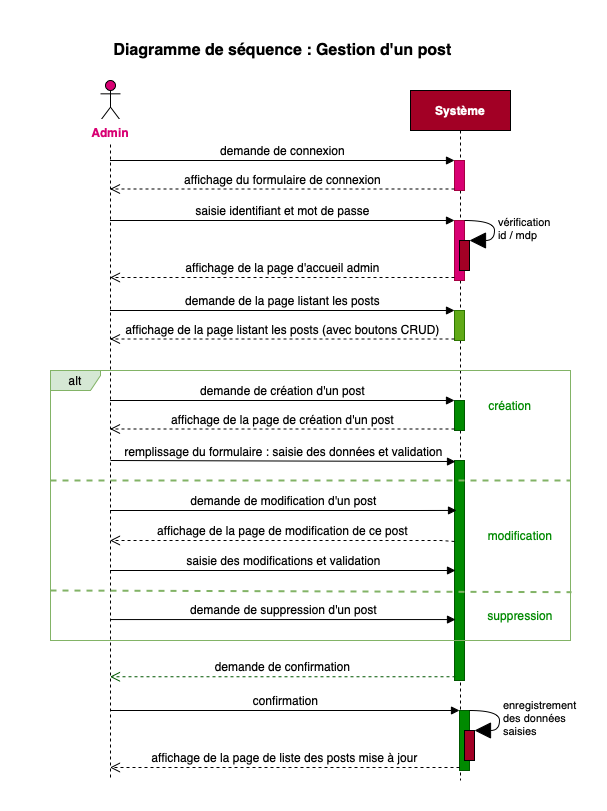
Earlier version of the draw.io export UMLdiagrams/Blog_SequenceDiagram.png (AnnaigJegourel/OC-P5-Creez-votre-premier-blog-en-PHP). Source tidied: cells renumbered, new cells last; positions are measured from the earlier drawing's top-left corner, leaving out a move shared by most shapes. Its diagram source:
```xml
<mxGraphModel>
  <root>
    <mxCell id="0" />
    <mxCell id="1" parent="0" />
    <mxCell id="2" value="&lt;font style=&quot;font-size: 16px;&quot;&gt;Diagramme de séquence : Gestion d'un post&lt;/font&gt;" style="text;strokeColor=none;fillColor=none;html=1;fontSize=16;fontStyle=1;verticalAlign=middle;align=center;" parent="1" vertex="1">
      <mxGeometry width="504" height="40" as="geometry" />
    </mxCell>
    <mxCell id="3" style="shape=umlLifeline;participant=umlActor;perimeter=lifelinePerimeter;whiteSpace=wrap;html=1;verticalAlign=top;spacingTop=36;outlineConnect=0;fontSize=20;fillColor=#D80073;fontColor=#ffffff;strokeColor=#000000;" parent="1" vertex="1">
      <mxGeometry x="70" y="50" width="20" height="700" as="geometry" />
    </mxCell>
    <mxCell id="4" value="&lt;font style=&quot;font-size: 12px;&quot;&gt;Admin&lt;/font&gt;" style="text;html=1;strokeColor=none;fillColor=none;align=center;verticalAlign=middle;whiteSpace=wrap;rounded=0;fontSize=20;labelBackgroundColor=default;fontColor=#D80073;fontStyle=1;" parent="1" vertex="1">
      <mxGeometry x="50" y="90" width="60" height="20" as="geometry" />
    </mxCell>
    <mxCell id="5" value="Système" style="shape=umlLifeline;perimeter=lifelinePerimeter;whiteSpace=wrap;html=1;fontSize=12;fillColor=#a20025;fontColor=#ffffff;strokeColor=#000000;fontStyle=1;" parent="1" vertex="1">
      <mxGeometry x="380" y="60" width="100" height="690" as="geometry" />
    </mxCell>
    <mxCell id="6" style="html=1;points=[];perimeter=orthogonalPerimeter;labelBackgroundColor=default;fontSize=12;fillColor=#d80073;fontColor=#ffffff;strokeColor=#A50040;" parent="5" vertex="1">
      <mxGeometry x="44" y="70" width="10" height="30" as="geometry" />
    </mxCell>
    <mxCell id="7" style="html=1;points=[];perimeter=orthogonalPerimeter;labelBackgroundColor=default;fontSize=12;fillColor=#d80073;fontColor=#ffffff;strokeColor=#A50040;" parent="5" vertex="1">
      <mxGeometry x="44" y="130" width="10" height="60" as="geometry" />
    </mxCell>
    <mxCell id="8" style="html=1;points=[];perimeter=orthogonalPerimeter;labelBackgroundColor=default;fontSize=12;fontColor=#ffffff;fillColor=#60a917;strokeColor=#2D7600;" parent="5" vertex="1">
      <mxGeometry x="44" y="220" width="10" height="30" as="geometry" />
    </mxCell>
    <mxCell id="9" style="html=1;points=[];perimeter=orthogonalPerimeter;labelBackgroundColor=default;fontSize=12;fontColor=#ffffff;fillColor=#008a00;strokeColor=#005700;" parent="5" vertex="1">
      <mxGeometry x="44" y="310" width="10" height="30" as="geometry" />
    </mxCell>
    <mxCell id="10" style="html=1;points=[];perimeter=orthogonalPerimeter;labelBackgroundColor=default;fontSize=12;fontColor=#ffffff;strokeColor=#005700;fillColor=#008a00;" parent="5" vertex="1">
      <mxGeometry x="44" y="370" width="10" height="220" as="geometry" />
    </mxCell>
    <mxCell id="11" style="endArrow=none;dashed=1;html=1;strokeWidth=2;rounded=0;fontSize=12;fontColor=#000000;fillColor=#d5e8d4;strokeColor=#82b366;entryX=1.002;entryY=0.821;entryDx=0;entryDy=0;entryPerimeter=0;" parent="5" edge="1" target="23">
      <mxGeometry relative="1" as="geometry">
        <mxPoint x="-360" y="500" as="sourcePoint" />
      </mxGeometry>
    </mxCell>
    <mxCell id="12" style="html=1;points=[];perimeter=orthogonalPerimeter;labelBackgroundColor=none;fontSize=12;fontColor=#ffffff;strokeColor=#005700;fillColor=#008a00;" parent="5" vertex="1">
      <mxGeometry x="49" y="620" width="10" height="60" as="geometry" />
    </mxCell>
    <mxCell id="13" style="html=1;points=[];perimeter=orthogonalPerimeter;labelBackgroundColor=none;hachureGap=4;fontColor=#ffffff;fillColor=#a20025;strokeColor=#000000;" parent="5" vertex="1">
      <mxGeometry x="54" y="640" width="10" height="30" as="geometry" />
    </mxCell>
    <mxCell id="14" value="enregistrement&lt;br&gt;des données&lt;br&gt;saisies" style="edgeStyle=orthogonalEdgeStyle;html=1;align=left;spacingLeft=2;endArrow=block;rounded=0;entryX=1;entryY=0;fontColor=#000000;startSize=14;endSize=14;sourcePerimeterSpacing=8;targetPerimeterSpacing=8;curved=1;" parent="5" edge="1" target="13">
      <mxGeometry relative="1" as="geometry">
        <mxPoint x="59" y="620" as="sourcePoint" />
        <Array as="points">
          <mxPoint x="89" y="620" />
        </Array>
      </mxGeometry>
    </mxCell>
    <mxCell id="15" style="html=1;points=[];perimeter=orthogonalPerimeter;labelBackgroundColor=none;hachureGap=4;fontColor=#ffffff;strokeColor=#000000;fillColor=#a20025;" parent="5" vertex="1">
      <mxGeometry x="49" y="150" width="10" height="30" as="geometry" />
    </mxCell>
    <mxCell id="16" value="vérification&lt;br&gt;id / mdp" style="edgeStyle=orthogonalEdgeStyle;html=1;align=left;spacingLeft=2;endArrow=block;rounded=0;entryX=1;entryY=0;fontColor=#000000;startSize=14;endSize=14;sourcePerimeterSpacing=8;targetPerimeterSpacing=8;curved=1;fillColor=#a20025;strokeColor=#000000;" parent="5" edge="1" target="15">
      <mxGeometry relative="1" as="geometry">
        <mxPoint x="54" y="130" as="sourcePoint" />
        <Array as="points">
          <mxPoint x="84" y="130" />
        </Array>
      </mxGeometry>
    </mxCell>
    <mxCell id="17" value="demande de connexion" style="html=1;verticalAlign=bottom;endArrow=block;entryX=0;entryY=0;rounded=0;fontSize=12;" parent="1" edge="1" source="3" target="6">
      <mxGeometry relative="1" as="geometry" />
    </mxCell>
    <mxCell id="18" value="affichage du formulaire de connexion" style="html=1;verticalAlign=bottom;endArrow=open;dashed=1;endSize=8;exitX=0;exitY=0.95;rounded=0;fontSize=12;" parent="1" edge="1" source="6" target="3">
      <mxGeometry relative="1" as="geometry" />
    </mxCell>
    <mxCell id="19" value="saisie identifiant et mot de passe" style="html=1;verticalAlign=bottom;endArrow=block;entryX=0;entryY=0;rounded=0;fontSize=12;" parent="1" edge="1" source="3" target="7">
      <mxGeometry relative="1" as="geometry" />
    </mxCell>
    <mxCell id="20" value="affich&lt;span style=&quot;white-space: pre;&quot;&gt;age de la page d'accueil admin&lt;/span&gt;" style="html=1;verticalAlign=bottom;endArrow=open;dashed=1;endSize=8;exitX=0;exitY=0.95;rounded=0;fontSize=12;" parent="1" edge="1" source="7" target="3">
      <mxGeometry relative="1" as="geometry" />
    </mxCell>
    <mxCell id="21" value="demande de la page listant les posts" style="html=1;verticalAlign=bottom;endArrow=block;entryX=0;entryY=0;rounded=0;fontSize=12;fontColor=#000000;strokeColor=#000000;" parent="1" edge="1" source="3" target="8">
      <mxGeometry relative="1" as="geometry" />
    </mxCell>
    <mxCell id="22" value="affichage de la page listant les posts (avec boutons CRUD)" style="html=1;verticalAlign=bottom;endArrow=open;dashed=1;endSize=8;exitX=0;exitY=0.95;rounded=0;fontSize=12;fontColor=#000000;strokeColor=#000000;" parent="1" edge="1" source="8" target="3">
      <mxGeometry relative="1" as="geometry" />
    </mxCell>
    <mxCell id="23" value="&lt;span style=&quot;background-color: rgb(213, 232, 212);&quot;&gt;alt&lt;/span&gt;" style="shape=umlFrame;whiteSpace=wrap;html=1;labelBackgroundColor=default;fontSize=12;fillColor=#d5e8d4;strokeColor=#82b366;width=50;height=20;" parent="1" vertex="1">
      <mxGeometry x="20" y="340" width="520" height="270" as="geometry" />
    </mxCell>
    <mxCell id="24" value="demande de création d'un post" style="html=1;verticalAlign=bottom;endArrow=block;entryX=0;entryY=0;rounded=0;fontSize=12;fontColor=#000000;strokeColor=#000000;fillColor=#008a00;" parent="1" edge="1" source="3" target="9">
      <mxGeometry relative="1" as="geometry" />
    </mxCell>
    <mxCell id="25" value="affichage de la page de création d'un post" style="html=1;verticalAlign=bottom;endArrow=open;dashed=1;endSize=8;exitX=0;exitY=0.95;rounded=0;fontSize=12;fontColor=#000000;strokeColor=#000000;fillColor=#008a00;" parent="1" edge="1" source="9" target="3">
      <mxGeometry relative="1" as="geometry" />
    </mxCell>
    <mxCell id="26" value="demande de confirmation" style="html=1;verticalAlign=bottom;endArrow=open;dashed=1;endSize=8;exitX=0.1;exitY=0.983;rounded=0;fontSize=12;fontColor=#000000;strokeColor=#005700;fillColor=#008a00;exitDx=0;exitDy=0;exitPerimeter=0;" parent="1" edge="1" source="10" target="3">
      <mxGeometry relative="1" as="geometry" />
    </mxCell>
    <mxCell id="27" value="remplissage du formulaire : saisie des données et validation" style="html=1;verticalAlign=bottom;endArrow=block;rounded=0;fontSize=12;fontColor=#000000;strokeColor=#000000;entryX=0.1;entryY=0.005;entryDx=0;entryDy=0;entryPerimeter=0;" parent="1" edge="1" target="10">
      <mxGeometry relative="1" as="geometry">
        <mxPoint x="80" y="430" as="sourcePoint" />
      </mxGeometry>
    </mxCell>
    <mxCell id="28" value="&lt;font color=&quot;#008a00&quot;&gt;création&lt;/font&gt;" style="text;html=1;strokeColor=none;fillColor=none;align=center;verticalAlign=middle;whiteSpace=wrap;rounded=0;labelBackgroundColor=none;fontSize=12;fontColor=#3B522F;" parent="1" vertex="1">
      <mxGeometry x="450" y="360" width="60" height="30" as="geometry" />
    </mxCell>
    <mxCell id="29" value="&lt;font color=&quot;#008a00&quot;&gt;modification&lt;/font&gt;" style="text;html=1;strokeColor=none;fillColor=none;align=center;verticalAlign=middle;whiteSpace=wrap;rounded=0;labelBackgroundColor=none;fontSize=12;fontColor=#3B522F;" parent="1" vertex="1">
      <mxGeometry x="460" y="490" width="60" height="30" as="geometry" />
    </mxCell>
    <mxCell id="30" value="&lt;font color=&quot;#000000&quot;&gt;demande de modification d'un post&lt;/font&gt;" style="html=1;verticalAlign=bottom;endArrow=block;rounded=0;labelBackgroundColor=none;fontSize=12;fontColor=#3B522F;fillColor=#008a00;strokeColor=#000000;entryX=0.2;entryY=0.227;entryDx=0;entryDy=0;entryPerimeter=0;" parent="1" edge="1" source="3" target="10">
      <mxGeometry relative="1" as="geometry">
        <Array as="points">
          <mxPoint x="390" y="480" />
        </Array>
      </mxGeometry>
    </mxCell>
    <mxCell id="31" value="&lt;font color=&quot;#000000&quot;&gt;affichage de la page de modification de ce post&lt;/font&gt;" style="html=1;verticalAlign=bottom;endArrow=open;dashed=1;endSize=8;exitX=0;exitY=0.368;rounded=0;labelBackgroundColor=none;fontSize=12;fontColor=#3B522F;fillColor=#008a00;strokeColor=#000000;exitDx=0;exitDy=0;exitPerimeter=0;" parent="1" edge="1" source="10" target="3">
      <mxGeometry relative="1" as="geometry">
        <Array as="points">
          <mxPoint x="410" y="510" />
        </Array>
      </mxGeometry>
    </mxCell>
    <mxCell id="32" value="saisie des modifications et validation" style="html=1;verticalAlign=bottom;endArrow=block;rounded=0;labelBackgroundColor=none;fontSize=12;fontColor=#000000;strokeColor=#000000;entryX=0.1;entryY=0.5;entryDx=0;entryDy=0;entryPerimeter=0;" parent="1" edge="1" source="3" target="10">
      <mxGeometry relative="1" as="geometry">
        <Array as="points">
          <mxPoint x="410" y="540" />
        </Array>
      </mxGeometry>
    </mxCell>
    <mxCell id="33" value="&lt;font color=&quot;#008a00&quot;&gt;suppression&lt;/font&gt;" style="text;html=1;strokeColor=none;fillColor=none;align=center;verticalAlign=middle;whiteSpace=wrap;rounded=0;labelBackgroundColor=none;fontSize=12;fontColor=#3B522F;" parent="1" vertex="1">
      <mxGeometry x="460" y="570" width="60" height="30" as="geometry" />
    </mxCell>
    <mxCell id="34" value="demande de suppression d'un post" style="html=1;verticalAlign=bottom;endArrow=block;rounded=0;labelBackgroundColor=none;fontSize=12;fontColor=#000000;strokeColor=#000000;entryX=0.1;entryY=0.723;entryDx=0;entryDy=0;entryPerimeter=0;" parent="1" edge="1" source="3" target="10">
      <mxGeometry relative="1" as="geometry" />
    </mxCell>
    <mxCell id="35" value="confirmation" style="html=1;verticalAlign=bottom;endArrow=block;entryX=0;entryY=0;rounded=0;labelBackgroundColor=none;fontSize=12;fontColor=#000000;strokeColor=#000000;" parent="1" edge="1" source="3" target="12">
      <mxGeometry relative="1" as="geometry" />
    </mxCell>
    <mxCell id="36" value="affichage de la page de liste des posts mise à jour" style="html=1;verticalAlign=bottom;endArrow=open;dashed=1;endSize=8;exitX=0;exitY=0.95;rounded=0;labelBackgroundColor=none;fontSize=12;fontColor=#000000;strokeColor=#000000;" parent="1" edge="1" source="12" target="3">
      <mxGeometry relative="1" as="geometry" />
    </mxCell>
    <mxCell id="37" style="endArrow=none;dashed=1;html=1;strokeWidth=2;rounded=0;fontSize=12;fontColor=#000000;fillColor=#d5e8d4;strokeColor=#82b366;" parent="1" edge="1">
      <mxGeometry relative="1" as="geometry">
        <mxPoint x="20" y="450" as="sourcePoint" />
        <mxPoint x="540" y="450" as="targetPoint" />
      </mxGeometry>
    </mxCell>
  </root>
</mxGraphModel>
```
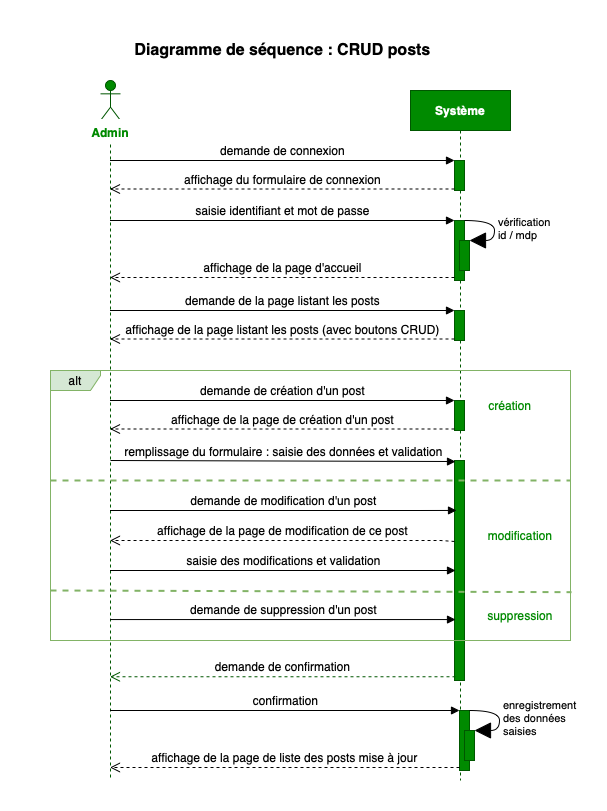
Above is the later version.

What changed in the source:
```diff
@@ -2,25 +2,25 @@
   <root>
     <mxCell id="0" />
     <mxCell id="1" parent="0" />
-    <mxCell id="2" value="&lt;font style=&quot;font-size: 16px;&quot;&gt;Diagramme de séquence : Gestion d'un post&lt;/font&gt;" style="text;strokeColor=none;fillColor=none;html=1;fontSize=16;fontStyle=1;verticalAlign=middle;align=center;" parent="1" vertex="1">
+    <mxCell id="2" value="&lt;font style=&quot;font-size: 16px;&quot;&gt;Diagramme de séquence : CRUD posts&lt;/font&gt;" style="text;strokeColor=none;fillColor=none;html=1;fontSize=16;fontStyle=1;verticalAlign=middle;align=center;" parent="1" vertex="1">
       <mxGeometry width="504" height="40" as="geometry" />
     </mxCell>
-    <mxCell id="3" style="shape=umlLifeline;participant=umlActor;perimeter=lifelinePerimeter;whiteSpace=wrap;html=1;verticalAlign=top;spacingTop=36;outlineConnect=0;fontSize=20;fillColor=#D80073;fontColor=#ffffff;strokeColor=#000000;" parent="1" vertex="1">
+    <mxCell id="3" style="shape=umlLifeline;participant=umlActor;perimeter=lifelinePerimeter;whiteSpace=wrap;html=1;verticalAlign=top;spacingTop=36;outlineConnect=0;fontSize=20;fillColor=#008A00;fontColor=#ffffff;strokeColor=#005700;size=40;" parent="1" vertex="1">
       <mxGeometry x="70" y="50" width="20" height="700" as="geometry" />
     </mxCell>
-    <mxCell id="4" value="&lt;font style=&quot;font-size: 12px;&quot;&gt;Admin&lt;/font&gt;" style="text;html=1;strokeColor=none;fillColor=none;align=center;verticalAlign=middle;whiteSpace=wrap;rounded=0;fontSize=20;labelBackgroundColor=default;fontColor=#D80073;fontStyle=1;" parent="1" vertex="1">
+    <mxCell id="4" value="&lt;font style=&quot;font-size: 12px;&quot;&gt;Admin&lt;/font&gt;" style="text;html=1;strokeColor=none;fillColor=none;align=center;verticalAlign=middle;whiteSpace=wrap;rounded=0;fontSize=20;labelBackgroundColor=default;fontColor=#008A00;fontStyle=1;" parent="1" vertex="1">
       <mxGeometry x="50" y="90" width="60" height="20" as="geometry" />
     </mxCell>
-    <mxCell id="5" value="Système" style="shape=umlLifeline;perimeter=lifelinePerimeter;whiteSpace=wrap;html=1;fontSize=12;fillColor=#a20025;fontColor=#ffffff;strokeColor=#000000;fontStyle=1;" parent="1" vertex="1">
+    <mxCell id="5" value="Système" style="shape=umlLifeline;perimeter=lifelinePerimeter;whiteSpace=wrap;html=1;fontSize=12;fillColor=#008a00;fontColor=#ffffff;strokeColor=#005700;fontStyle=1;" parent="1" vertex="1">
       <mxGeometry x="380" y="60" width="100" height="690" as="geometry" />
     </mxCell>
-    <mxCell id="6" style="html=1;points=[];perimeter=orthogonalPerimeter;labelBackgroundColor=default;fontSize=12;fillColor=#d80073;fontColor=#ffffff;strokeColor=#A50040;" parent="5" vertex="1">
+    <mxCell id="6" style="html=1;points=[];perimeter=orthogonalPerimeter;labelBackgroundColor=default;fontSize=12;fillColor=#008a00;fontColor=#ffffff;strokeColor=#005700;" parent="5" vertex="1">
       <mxGeometry x="44" y="70" width="10" height="30" as="geometry" />
     </mxCell>
-    <mxCell id="7" style="html=1;points=[];perimeter=orthogonalPerimeter;labelBackgroundColor=default;fontSize=12;fillColor=#d80073;fontColor=#ffffff;strokeColor=#A50040;" parent="5" vertex="1">
+    <mxCell id="7" style="html=1;points=[];perimeter=orthogonalPerimeter;labelBackgroundColor=default;fontSize=12;fillColor=#008a00;fontColor=#ffffff;strokeColor=#005700;" parent="5" vertex="1">
       <mxGeometry x="44" y="130" width="10" height="60" as="geometry" />
     </mxCell>
-    <mxCell id="8" style="html=1;points=[];perimeter=orthogonalPerimeter;labelBackgroundColor=default;fontSize=12;fontColor=#ffffff;fillColor=#60a917;strokeColor=#2D7600;" parent="5" vertex="1">
+    <mxCell id="8" style="html=1;points=[];perimeter=orthogonalPerimeter;labelBackgroundColor=default;fontSize=12;fontColor=#ffffff;fillColor=#008a00;strokeColor=#005700;" parent="5" vertex="1">
       <mxGeometry x="44" y="220" width="10" height="30" as="geometry" />
     </mxCell>
     <mxCell id="9" style="html=1;points=[];perimeter=orthogonalPerimeter;labelBackgroundColor=default;fontSize=12;fontColor=#ffffff;fillColor=#008a00;strokeColor=#005700;" parent="5" vertex="1">
@@ -37,7 +37,7 @@
     <mxCell id="12" style="html=1;points=[];perimeter=orthogonalPerimeter;labelBackgroundColor=none;fontSize=12;fontColor=#ffffff;strokeColor=#005700;fillColor=#008a00;" parent="5" vertex="1">
       <mxGeometry x="49" y="620" width="10" height="60" as="geometry" />
     </mxCell>
-    <mxCell id="13" style="html=1;points=[];perimeter=orthogonalPerimeter;labelBackgroundColor=none;hachureGap=4;fontColor=#ffffff;fillColor=#a20025;strokeColor=#000000;" parent="5" vertex="1">
+    <mxCell id="13" style="html=1;points=[];perimeter=orthogonalPerimeter;labelBackgroundColor=none;hachureGap=4;fontColor=#ffffff;fillColor=#008a00;strokeColor=#005700;" parent="5" vertex="1">
       <mxGeometry x="54" y="640" width="10" height="30" as="geometry" />
     </mxCell>
     <mxCell id="14" value="enregistrement&lt;br&gt;des données&lt;br&gt;saisies" style="edgeStyle=orthogonalEdgeStyle;html=1;align=left;spacingLeft=2;endArrow=block;rounded=0;entryX=1;entryY=0;fontColor=#000000;startSize=14;endSize=14;sourcePerimeterSpacing=8;targetPerimeterSpacing=8;curved=1;" parent="5" edge="1" target="13">
@@ -48,7 +48,7 @@
         </Array>
       </mxGeometry>
     </mxCell>
-    <mxCell id="15" style="html=1;points=[];perimeter=orthogonalPerimeter;labelBackgroundColor=none;hachureGap=4;fontColor=#ffffff;strokeColor=#000000;fillColor=#a20025;" parent="5" vertex="1">
+    <mxCell id="15" style="html=1;points=[];perimeter=orthogonalPerimeter;labelBackgroundColor=none;hachureGap=4;fontColor=#ffffff;strokeColor=#005700;fillColor=#008a00;" parent="5" vertex="1">
       <mxGeometry x="49" y="150" width="10" height="30" as="geometry" />
     </mxCell>
     <mxCell id="16" value="vérification&lt;br&gt;id / mdp" style="edgeStyle=orthogonalEdgeStyle;html=1;align=left;spacingLeft=2;endArrow=block;rounded=0;entryX=1;entryY=0;fontColor=#000000;startSize=14;endSize=14;sourcePerimeterSpacing=8;targetPerimeterSpacing=8;curved=1;fillColor=#a20025;strokeColor=#000000;" parent="5" edge="1" target="15">
@@ -68,7 +68,7 @@
     <mxCell id="19" value="saisie identifiant et mot de passe" style="html=1;verticalAlign=bottom;endArrow=block;entryX=0;entryY=0;rounded=0;fontSize=12;" parent="1" edge="1" source="3" target="7">
       <mxGeometry relative="1" as="geometry" />
     </mxCell>
-    <mxCell id="20" value="affich&lt;span style=&quot;white-space: pre;&quot;&gt;age de la page d'accueil admin&lt;/span&gt;" style="html=1;verticalAlign=bottom;endArrow=open;dashed=1;endSize=8;exitX=0;exitY=0.95;rounded=0;fontSize=12;" parent="1" edge="1" source="7" target="3">
+    <mxCell id="20" value="affich&lt;span style=&quot;white-space: pre;&quot;&gt;age de la page d'accueil&lt;br/&gt;&lt;/span&gt;" style="html=1;verticalAlign=bottom;endArrow=open;dashed=1;endSize=8;exitX=0;exitY=0.95;rounded=0;fontSize=12;" parent="1" edge="1" source="7" target="3">
       <mxGeometry relative="1" as="geometry" />
     </mxCell>
     <mxCell id="21" value="demande de la page listant les posts" style="html=1;verticalAlign=bottom;endArrow=block;entryX=0;entryY=0;rounded=0;fontSize=12;fontColor=#000000;strokeColor=#000000;" parent="1" edge="1" source="3" target="8">
```
